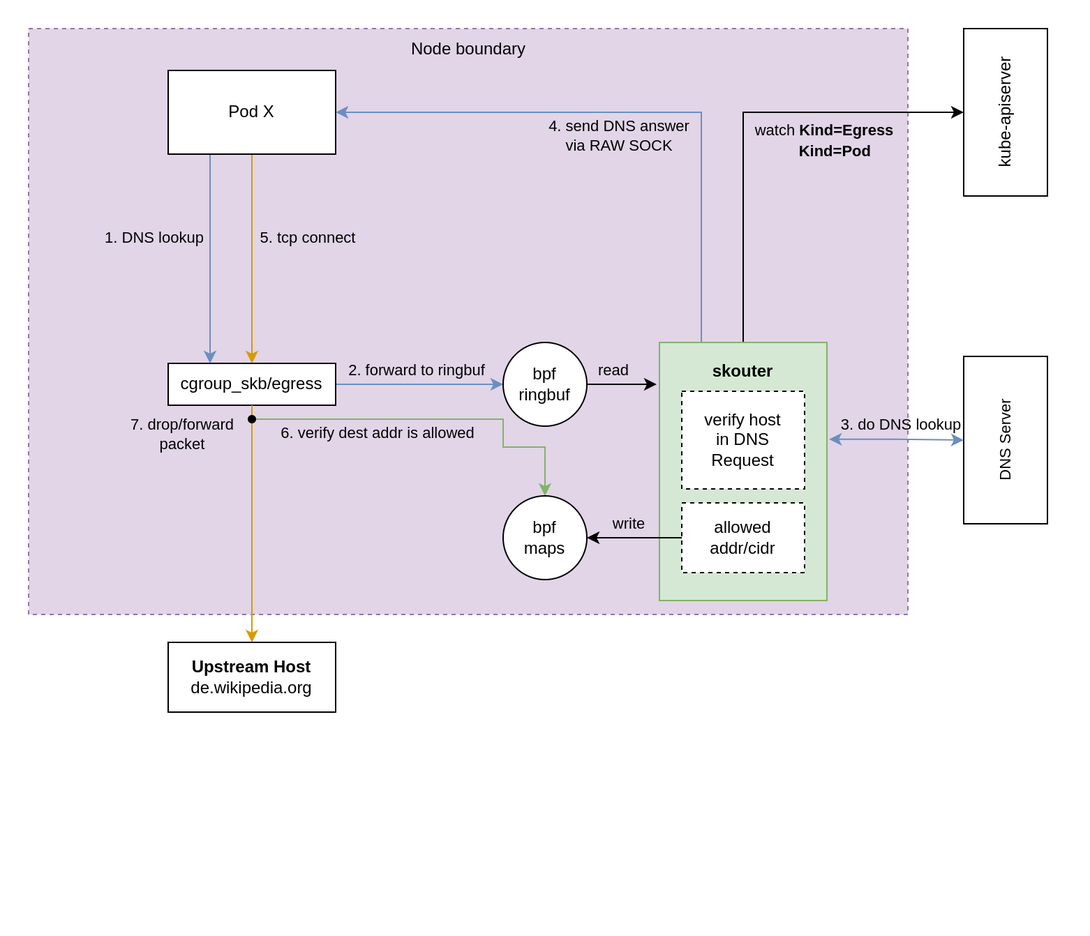
moolen/skouter keeps this draw.io diagram as overview.png. Above is the earlier version. Source tidied: cells renumbered, new cells last; positions are measured from the earlier drawing's top-left corner, leaving out a move shared by most shapes.
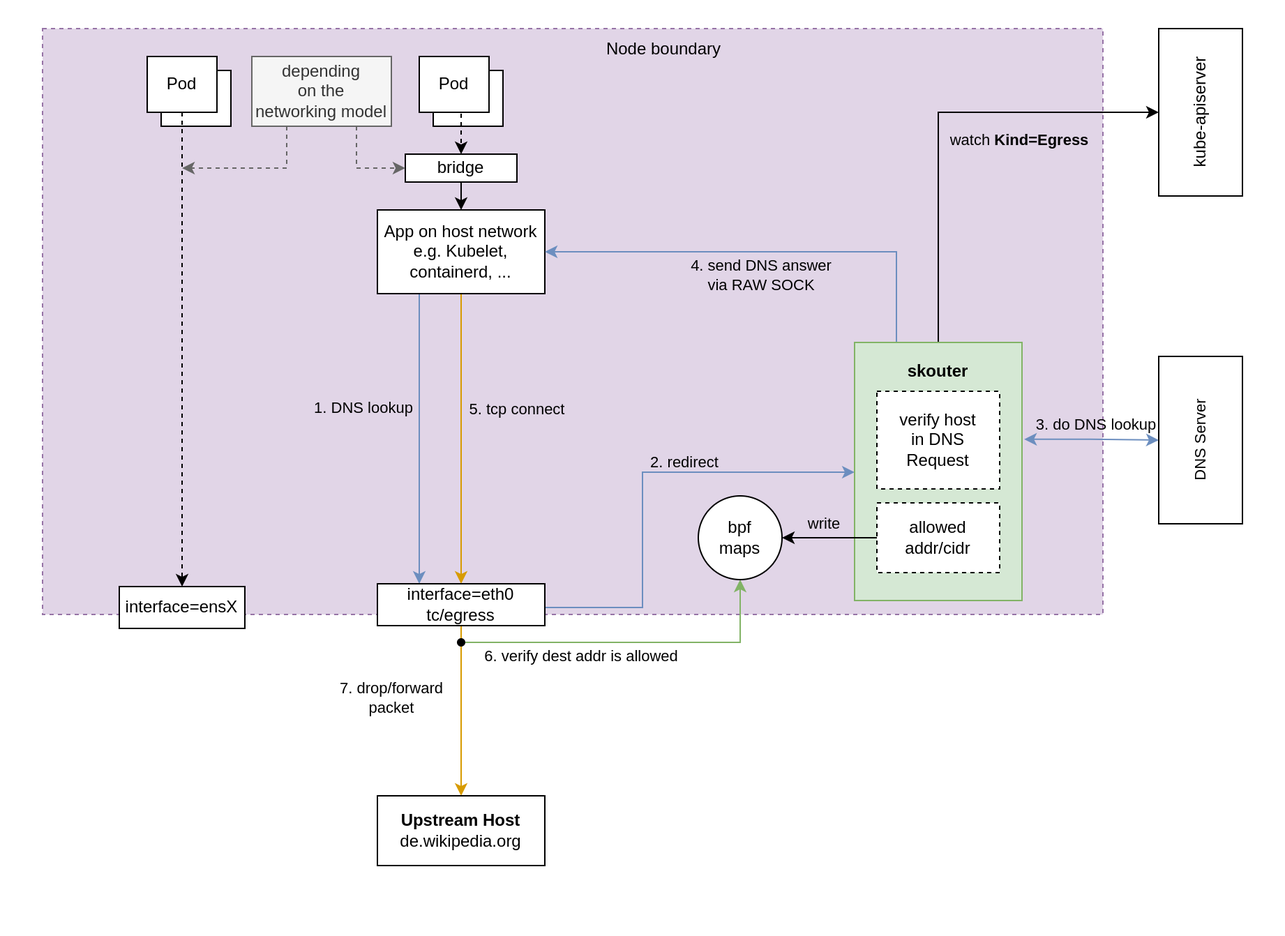
The same diagram one commit later.

What changed in the source:
```diff
@@ -3,28 +3,33 @@
     <mxCell id="0" />
     <mxCell id="1" parent="0" />
     <mxCell id="2" style="rounded=0;whiteSpace=wrap;html=1;dashed=1;fontSize=11;strokeColor=none;fillColor=#FFFFFF;" parent="1" vertex="1">
-      <mxGeometry width="780" height="670" as="geometry" />
+      <mxGeometry x="-140" width="920" height="670" as="geometry" />
     </mxCell>
     <mxCell id="3" style="rounded=0;whiteSpace=wrap;html=1;fillColor=#e1d5e7;dashed=1;strokeColor=#9673a6;" parent="1" vertex="1">
-      <mxGeometry x="20" y="20" width="630" height="420" as="geometry" />
+      <mxGeometry x="-110" y="20" width="760" height="420" as="geometry" />
     </mxCell>
-    <mxCell id="4" style="edgeStyle=orthogonalEdgeStyle;rounded=0;jettySize=auto;html=1;exitX=1;exitY=0.5;exitDx=0;exitDy=0;entryX=0;entryY=0.5;entryDx=0;entryDy=0;fillColor=#dae8fc;strokeColor=#6c8ebf;" parent="1" edge="1" source="9" target="22">
-      <mxGeometry relative="1" as="geometry" />
+    <mxCell id="4" style="edgeStyle=orthogonalEdgeStyle;rounded=0;jettySize=auto;html=1;exitX=1;exitY=0.5;exitDx=0;exitDy=0;entryX=0;entryY=0.5;entryDx=0;entryDy=0;fillColor=#dae8fc;strokeColor=#6c8ebf;" parent="1" edge="1" source="32" target="19">
+      <mxGeometry relative="1" as="geometry">
+        <Array as="points">
+          <mxPoint x="250" y="435" />
+          <mxPoint x="320" y="435" />
+          <mxPoint x="320" y="338" />
+          <mxPoint x="472" y="338" />
+        </Array>
+      </mxGeometry>
     </mxCell>
-    <mxCell id="5" value="2. forward to ringbuf" style="edgeLabel;html=1;align=center;verticalAlign=middle;labelBackgroundColor=none;" parent="4" vertex="1">
+    <mxCell id="5" value="2. redirect" style="edgeLabel;html=1;align=center;verticalAlign=middle;labelBackgroundColor=none;" parent="4" vertex="1">
       <mxGeometry x="-0.27" relative="1" as="geometry">
-        <mxPoint x="14" y="-10" as="offset" />
+        <mxPoint x="30" y="-60" as="offset" />
       </mxGeometry>
     </mxCell>
-    <mxCell id="6" style="edgeStyle=orthogonalEdgeStyle;rounded=0;jettySize=auto;html=1;exitDx=0;exitDy=0;entryX=0.5;entryY=0;entryDx=0;entryDy=0;startArrow=none;startFill=0;fillColor=#ffe6cc;strokeColor=#d79b00;" parent="1" edge="1" source="34" target="30">
+    <mxCell id="6" style="edgeStyle=orthogonalEdgeStyle;rounded=0;jettySize=auto;html=1;exitDx=0;exitDy=0;entryX=0.5;entryY=0;entryDx=0;entryDy=0;startArrow=none;startFill=0;fillColor=#ffe6cc;strokeColor=#d79b00;" parent="1" edge="1" source="32" target="27">
       <mxGeometry relative="1" as="geometry" />
     </mxCell>
-    <mxCell id="7" style="edgeStyle=orthogonalEdgeStyle;rounded=0;jettySize=auto;html=1;startArrow=none;startFill=0;fillColor=#d5e8d4;strokeColor=#82b366;elbow=vertical;entryX=0.5;entryY=0;entryDx=0;entryDy=0;" parent="1" edge="1" source="34" target="24">
+    <mxCell id="7" style="edgeStyle=orthogonalEdgeStyle;rounded=0;jettySize=auto;html=1;startArrow=none;startFill=0;fillColor=#d5e8d4;strokeColor=#82b366;elbow=vertical;entryX=0.5;entryY=1;entryDx=0;entryDy=0;" parent="1" edge="1" source="31" target="21">
       <mxGeometry relative="1" as="geometry">
         <Array as="points">
-          <mxPoint x="360" y="300" />
-          <mxPoint x="360" y="320" />
-          <mxPoint x="390" y="320" />
+          <mxPoint x="390" y="460" />
         </Array>
       </mxGeometry>
     </mxCell>
@@ -33,102 +38,146 @@
         <mxPoint x="26" y="11" as="offset" />
       </mxGeometry>
     </mxCell>
-    <mxCell id="9" value="cgroup_skb/egress" style="whiteSpace=wrap;html=1;" parent="1" vertex="1">
-      <mxGeometry x="120" y="260" width="120" height="30" as="geometry" />
+    <mxCell id="9" style="edgeStyle=orthogonalEdgeStyle;rounded=0;jettySize=auto;html=1;exitX=0.25;exitY=1;exitDx=0;exitDy=0;entryX=0.25;entryY=0;entryDx=0;entryDy=0;fillColor=#dae8fc;strokeColor=#6c8ebf;" parent="1" edge="1" source="13" target="32">
+      <mxGeometry relative="1" as="geometry" />
     </mxCell>
-    <mxCell id="10" style="edgeStyle=orthogonalEdgeStyle;rounded=0;jettySize=auto;html=1;exitX=0.25;exitY=1;exitDx=0;exitDy=0;entryX=0.25;entryY=0;entryDx=0;entryDy=0;fillColor=#dae8fc;strokeColor=#6c8ebf;" parent="1" edge="1" source="14" target="9">
-      <mxGeometry relative="1" as="geometry" />
+    <mxCell id="10" value="1. DNS lookup" style="edgeLabel;html=1;align=center;verticalAlign=middle;labelBackgroundColor=none;" parent="9" vertex="1">
+      <mxGeometry x="-0.25" y="5" relative="1" as="geometry">
+        <mxPoint x="-45" y="4" as="offset" />
+      </mxGeometry>
     </mxCell>
-    <mxCell id="11" value="1. DNS lookup" style="edgeLabel;html=1;align=center;verticalAlign=middle;labelBackgroundColor=none;" parent="10" vertex="1">
-      <mxGeometry x="-0.25" y="5" relative="1" as="geometry">
-        <mxPoint x="-45" y="4" as="offset" />
-      </mxGeometry>
+    <mxCell id="11" style="edgeStyle=orthogonalEdgeStyle;rounded=0;jettySize=auto;html=1;exitX=0.5;exitY=1;exitDx=0;exitDy=0;entryX=0.5;entryY=0;entryDx=0;entryDy=0;startArrow=none;startFill=0;fillColor=#ffe6cc;strokeColor=#d79b00;" parent="1" edge="1" source="13" target="32">
+      <mxGeometry relative="1" as="geometry" />
     </mxCell>
-    <mxCell id="12" style="edgeStyle=orthogonalEdgeStyle;rounded=0;jettySize=auto;html=1;exitX=0.5;exitY=1;exitDx=0;exitDy=0;entryX=0.5;entryY=0;entryDx=0;entryDy=0;startArrow=none;startFill=0;fillColor=#ffe6cc;strokeColor=#d79b00;" parent="1" edge="1" source="14" target="9">
-      <mxGeometry relative="1" as="geometry" />
+    <mxCell id="12" value="5. tcp connect" style="edgeLabel;html=1;align=center;verticalAlign=middle;labelBackgroundColor=none;" parent="11" vertex="1">
+      <mxGeometry x="-0.19" y="-2" relative="1" as="geometry">
+        <mxPoint x="42" y="-1" as="offset" />
+      </mxGeometry>
     </mxCell>
-    <mxCell id="13" value="5. tcp connect" style="edgeLabel;html=1;align=center;verticalAlign=middle;points=[];labelBackgroundColor=none;" parent="12" vertex="1">
-      <mxGeometry x="-0.19" y="-2" relative="1" as="geometry">
-        <mxPoint x="42" y="-1" as="offset" />
-      </mxGeometry>
+    <mxCell id="13" value="App on host network&lt;br&gt;e.g. Kubelet, containerd, ..." style="rounded=0;whiteSpace=wrap;html=1;" parent="1" vertex="1">
+      <mxGeometry x="130" y="150" width="120" height="60" as="geometry" />
     </mxCell>
-    <mxCell id="14" value="Pod X" style="rounded=0;whiteSpace=wrap;html=1;" parent="1" vertex="1">
-      <mxGeometry x="120" y="50" width="120" height="60" as="geometry" />
+    <mxCell id="14" style="edgeStyle=orthogonalEdgeStyle;rounded=0;jettySize=auto;html=1;exitX=0.5;exitY=0;exitDx=0;exitDy=0;entryX=0.5;entryY=0;entryDx=0;entryDy=0;" parent="1" edge="1" source="19" target="24">
+      <mxGeometry relative="1" as="geometry" />
     </mxCell>
-    <mxCell id="15" value="read" style="edgeStyle=orthogonalEdgeStyle;rounded=0;jettySize=auto;html=1;exitX=1;exitY=0.5;exitDx=0;exitDy=0;labelBackgroundColor=none;" parent="1" edge="1" source="22">
-      <mxGeometry x="-0.23" y="10" relative="1" as="geometry">
-        <mxPoint x="470" y="275" as="targetPoint" />
+    <mxCell id="15" style="edgeStyle=orthogonalEdgeStyle;rounded=0;jettySize=auto;html=1;exitX=1.013;exitY=0.159;exitDx=0;exitDy=0;entryX=0.5;entryY=0;entryDx=0;entryDy=0;fillColor=#dae8fc;strokeColor=#6c8ebf;startArrow=classic;startFill=1;exitPerimeter=0;" parent="1" edge="1" target="22">
+      <mxGeometry relative="1" as="geometry">
+        <mxPoint x="593.6" y="314.4" as="sourcePoint" />
+        <Array as="points">
+          <mxPoint x="641" y="314" />
+        </Array>
       </mxGeometry>
     </mxCell>
-    <mxCell id="16" style="edgeStyle=orthogonalEdgeStyle;rounded=0;jettySize=auto;html=1;exitX=0.5;exitY=0;exitDx=0;exitDy=0;entryX=0.5;entryY=0;entryDx=0;entryDy=0;" parent="1" edge="1" source="21" target="27">
-      <mxGeometry relative="1" as="geometry" />
+    <mxCell id="16" value="3. do DNS lookup" style="edgeLabel;html=1;align=center;verticalAlign=middle;labelBackgroundColor=none;" parent="15" vertex="1">
+      <mxGeometry x="-0.17" y="-1" relative="1" as="geometry">
+        <mxPoint x="11" y="-12" as="offset" />
+      </mxGeometry>
     </mxCell>
-    <mxCell id="17" style="edgeStyle=orthogonalEdgeStyle;rounded=0;jettySize=auto;html=1;exitX=1.013;exitY=0.159;exitDx=0;exitDy=0;entryX=0.5;entryY=0;entryDx=0;entryDy=0;fillColor=#dae8fc;strokeColor=#6c8ebf;startArrow=classic;startFill=1;exitPerimeter=0;" parent="1" edge="1" target="25">
-      <mxGeometry relative="1" as="geometry">
-        <mxPoint x="593.6" y="314.4" as="sourcePoint" />
-        <Array as="points">
-          <mxPoint x="641" y="314" />
-        </Array>
-      </mxGeometry>
+    <mxCell id="17" style="edgeStyle=orthogonalEdgeStyle;rounded=0;jettySize=auto;html=1;exitX=0.25;exitY=0;exitDx=0;exitDy=0;entryX=1;entryY=0.5;entryDx=0;entryDy=0;startArrow=none;startFill=0;fillColor=#dae8fc;strokeColor=#6c8ebf;" parent="1" edge="1" source="19" target="13">
+      <mxGeometry relative="1" as="geometry" />
     </mxCell>
-    <mxCell id="18" value="3. do DNS lookup" style="edgeLabel;html=1;align=center;verticalAlign=middle;labelBackgroundColor=none;" parent="17" vertex="1">
-      <mxGeometry x="-0.17" y="-1" relative="1" as="geometry">
-        <mxPoint x="11" y="-12" as="offset" />
+    <mxCell id="18" value="4. send DNS answer&lt;br&gt;via RAW SOCK" style="edgeLabel;html=1;align=center;verticalAlign=middle;labelBackgroundColor=none;" parent="17" vertex="1">
+      <mxGeometry x="0.13" y="1" relative="1" as="geometry">
+        <mxPoint x="17" y="16" as="offset" />
       </mxGeometry>
     </mxCell>
-    <mxCell id="19" style="edgeStyle=orthogonalEdgeStyle;rounded=0;jettySize=auto;html=1;exitX=0.25;exitY=0;exitDx=0;exitDy=0;entryX=1;entryY=0.5;entryDx=0;entryDy=0;startArrow=none;startFill=0;fillColor=#dae8fc;strokeColor=#6c8ebf;" parent="1" edge="1" source="21" target="14">
-      <mxGeometry relative="1" as="geometry" />
+    <mxCell id="19" value="&lt;b&gt;skouter&lt;/b&gt;&lt;br&gt;&lt;br&gt;&lt;br&gt;&lt;br&gt;&lt;br&gt;&lt;br&gt;&lt;br&gt;&lt;br&gt;&lt;br&gt;&lt;br&gt;&lt;br&gt;" style="whiteSpace=wrap;html=1;fillColor=#d5e8d4;strokeColor=#82b366;" parent="1" vertex="1">
+      <mxGeometry x="472" y="245" width="120" height="185" as="geometry" />
     </mxCell>
-    <mxCell id="20" value="4. send DNS answer&lt;br&gt;via RAW SOCK" style="edgeLabel;html=1;align=center;verticalAlign=middle;labelBackgroundColor=none;" parent="19" vertex="1">
-      <mxGeometry x="0.13" y="1" relative="1" as="geometry">
-        <mxPoint x="17" y="16" as="offset" />
-      </mxGeometry>
+    <mxCell id="20" value="verify host &lt;br&gt;in DNS&lt;br&gt;Request" style="whiteSpace=wrap;html=1;dashed=1;" parent="1" vertex="1">
+      <mxGeometry x="488" y="280" width="88" height="70" as="geometry" />
     </mxCell>
-    <mxCell id="21" value="&lt;b&gt;skouter&lt;/b&gt;&lt;br&gt;&lt;br&gt;&lt;br&gt;&lt;br&gt;&lt;br&gt;&lt;br&gt;&lt;br&gt;&lt;br&gt;&lt;br&gt;&lt;br&gt;&lt;br&gt;" style="whiteSpace=wrap;html=1;fillColor=#d5e8d4;strokeColor=#82b366;" parent="1" vertex="1">
-      <mxGeometry x="472" y="245" width="120" height="185" as="geometry" />
+    <mxCell id="21" value="bpf&lt;br&gt;maps" style="ellipse;whiteSpace=wrap;html=1;" parent="1" vertex="1">
+      <mxGeometry x="360" y="355" width="60" height="60" as="geometry" />
     </mxCell>
-    <mxCell id="22" value="bpf&lt;br&gt;ringbuf" style="ellipse;whiteSpace=wrap;html=1;" parent="1" vertex="1">
-      <mxGeometry x="360" y="245" width="60" height="60" as="geometry" />
+    <mxCell id="22" value="DNS Server" style="whiteSpace=wrap;html=1;fontSize=11;rotation=-90;" parent="1" vertex="1">
+      <mxGeometry x="660" y="285" width="120" height="60" as="geometry" />
     </mxCell>
-    <mxCell id="23" value="verify host &lt;br&gt;in DNS&lt;br&gt;Request" style="whiteSpace=wrap;html=1;dashed=1;" parent="1" vertex="1">
-      <mxGeometry x="488" y="280" width="88" height="70" as="geometry" />
+    <mxCell id="23" value="write" style="edgeStyle=orthogonalEdgeStyle;rounded=0;jettySize=auto;html=1;exitX=0;exitY=0.5;exitDx=0;exitDy=0;entryX=1;entryY=0.5;entryDx=0;entryDy=0;labelBackgroundColor=none;fontSize=11;" parent="1" edge="1" target="21">
+      <mxGeometry x="0.12" y="-10" relative="1" as="geometry">
+        <mxPoint x="488" y="385" as="sourcePoint" />
+      </mxGeometry>
     </mxCell>
-    <mxCell id="24" value="bpf&lt;br&gt;maps" style="ellipse;whiteSpace=wrap;html=1;" parent="1" vertex="1">
-      <mxGeometry x="360" y="355" width="60" height="60" as="geometry" />
+    <mxCell id="24" value="kube-apiserver" style="rounded=0;whiteSpace=wrap;html=1;rotation=-90;" parent="1" vertex="1">
+      <mxGeometry x="660" y="50" width="120" height="60" as="geometry" />
     </mxCell>
-    <mxCell id="25" value="DNS Server" style="whiteSpace=wrap;html=1;fontSize=11;rotation=-90;" parent="1" vertex="1">
-      <mxGeometry x="660" y="285" width="120" height="60" as="geometry" />
+    <mxCell id="25" value="&lt;font style=&quot;font-size: 11px;&quot;&gt;watch &lt;b&gt;Kind=Egress&lt;br&gt;&lt;/b&gt;&lt;/font&gt;" style="text;html=1;align=center;verticalAlign=middle;points=[];strokeColor=none;fillColor=none;" parent="1" vertex="1">
+      <mxGeometry x="530" y="85" width="120" height="30" as="geometry" />
     </mxCell>
-    <mxCell id="26" value="write" style="edgeStyle=orthogonalEdgeStyle;rounded=0;jettySize=auto;html=1;exitX=0;exitY=0.5;exitDx=0;exitDy=0;entryX=1;entryY=0.5;entryDx=0;entryDy=0;labelBackgroundColor=none;fontSize=11;" parent="1" edge="1" target="24">
-      <mxGeometry x="0.12" y="-10" relative="1" as="geometry">
-        <mxPoint x="488" y="385" as="sourcePoint" />
-      </mxGeometry>
+    <mxCell id="26" value="Node boundary" style="text;html=1;align=center;verticalAlign=middle;strokeColor=none;fillColor=none;" parent="1" vertex="1">
+      <mxGeometry x="280" y="20" width="110" height="30" as="geometry" />
     </mxCell>
-    <mxCell id="27" value="kube-apiserver" style="rounded=0;whiteSpace=wrap;html=1;rotation=-90;" parent="1" vertex="1">
-      <mxGeometry x="660" y="50" width="120" height="60" as="geometry" />
+    <mxCell id="27" value="&lt;b&gt;Upstream Host&lt;/b&gt;&lt;br&gt;de.wikipedia.org" style="whiteSpace=wrap;html=1;labelBackgroundColor=none;" parent="1" vertex="1">
+      <mxGeometry x="130" y="570" width="120" height="50" as="geometry" />
     </mxCell>
-    <mxCell id="28" value="&lt;font style=&quot;font-size: 11px;&quot;&gt;watch &lt;b&gt;Kind=Egress&lt;br&gt;&amp;nbsp; &amp;nbsp; &amp;nbsp;Kind=Pod&lt;br&gt;&lt;/b&gt;&lt;/font&gt;" style="text;html=1;align=center;verticalAlign=middle;strokeColor=none;fillColor=none;" parent="1" vertex="1">
-      <mxGeometry x="530" y="80" width="120" height="40" as="geometry" />
+    <mxCell id="28" value="allowed addr/cidr" style="whiteSpace=wrap;html=1;dashed=1;" parent="1" vertex="1">
+      <mxGeometry x="488" y="360" width="88" height="50" as="geometry" />
     </mxCell>
-    <mxCell id="29" value="Node boundary" style="text;html=1;align=center;verticalAlign=middle;strokeColor=none;fillColor=none;" parent="1" vertex="1">
-      <mxGeometry x="280" y="20" width="110" height="30" as="geometry" />
+    <mxCell id="29" style="edgeStyle=orthogonalEdgeStyle;rounded=0;jettySize=auto;html=1;exitX=0.5;exitY=1;exitDx=0;exitDy=0;entryDx=0;entryDy=0;startArrow=none;startFill=0;fillColor=#ffe6cc;strokeColor=#d79b00;endArrow=none;" parent="1" edge="1" source="32" target="31">
+      <mxGeometry relative="1" as="geometry" />
     </mxCell>
-    <mxCell id="30" value="&lt;b&gt;Upstream Host&lt;/b&gt;&lt;br&gt;de.wikipedia.org" style="whiteSpace=wrap;html=1;labelBackgroundColor=none;" parent="1" vertex="1">
-      <mxGeometry x="120" y="460" width="120" height="50" as="geometry" />
+    <mxCell id="30" value="7. drop/forward &lt;br&gt;packet" style="edgeLabel;html=1;align=center;verticalAlign=middle;points=[];labelBackgroundColor=none;" parent="29" vertex="1">
+      <mxGeometry x="-0.38" y="2" relative="1" as="geometry">
+        <mxPoint x="-52" y="48" as="offset" />
+      </mxGeometry>
     </mxCell>
-    <mxCell id="31" value="allowed addr/cidr" style="whiteSpace=wrap;html=1;dashed=1;" parent="1" vertex="1">
-      <mxGeometry x="488" y="360" width="88" height="50" as="geometry" />
+    <mxCell id="31" style="shape=waypoint;sketch=0;fillStyle=solid;size=6;points=[];fillColor=none;perimeter=centerPerimeter;snapToPoint=1;labelBackgroundColor=none;" parent="1" vertex="1">
+      <mxGeometry x="180" y="450" width="20" height="20" as="geometry" />
     </mxCell>
-    <mxCell id="32" style="edgeStyle=orthogonalEdgeStyle;rounded=0;jettySize=auto;html=1;exitX=0.5;exitY=1;exitDx=0;exitDy=0;entryDx=0;entryDy=0;startArrow=none;startFill=0;fillColor=#ffe6cc;strokeColor=#d79b00;endArrow=none;" parent="1" edge="1" source="9" target="34">
-      <mxGeometry relative="1" as="geometry" />
+    <mxCell id="32" value="interface=eth0&lt;br&gt;tc/egress" style="whiteSpace=wrap;html=1;" parent="1" vertex="1">
+      <mxGeometry x="130" y="418" width="120" height="30" as="geometry" />
     </mxCell>
-    <mxCell id="33" value="7. drop/forward &lt;br&gt;packet" style="edgeLabel;html=1;align=center;verticalAlign=middle;labelBackgroundColor=none;" parent="32" vertex="1">
-      <mxGeometry x="-0.38" y="2" relative="1" as="geometry">
-        <mxPoint x="-52" y="17" as="offset" />
-      </mxGeometry>
+    <mxCell id="33" style="edgeStyle=orthogonalEdgeStyle;rounded=0;jettySize=auto;html=1;exitX=0.5;exitY=1;exitDx=0;exitDy=0;entryX=0.5;entryY=0;entryDx=0;entryDy=0;" parent="1" edge="1" source="34" target="13">
+      <mxGeometry relative="1" as="geometry" />
     </mxCell>
-    <mxCell id="34" style="shape=waypoint;sketch=0;fillStyle=solid;size=6;points=[];fillColor=none;perimeter=centerPerimeter;snapToPoint=1;labelBackgroundColor=none;" parent="1" vertex="1">
-      <mxGeometry x="170" y="290" width="20" height="20" as="geometry" />
+    <mxCell id="34" value="bridge" style="whiteSpace=wrap;html=1;" parent="1" vertex="1">
+      <mxGeometry x="150" y="110" width="80" height="20" as="geometry" />
     </mxCell>
+    <mxCell id="35" style="group;" parent="1" vertex="1">
+      <mxGeometry x="160" y="40" width="60" height="50" as="geometry" />
+    </mxCell>
+    <mxCell id="36" value="Pod" style="whiteSpace=wrap;html=1;" parent="35" vertex="1">
+      <mxGeometry x="10" y="10" width="50" height="40" as="geometry" />
+    </mxCell>
+    <mxCell id="37" value="Pod" style="whiteSpace=wrap;html=1;" parent="35" vertex="1">
+      <mxGeometry width="50" height="40" as="geometry" />
+    </mxCell>
+    <mxCell id="38" style="edgeStyle=orthogonalEdgeStyle;rounded=0;jettySize=auto;html=1;exitX=0.5;exitY=1;exitDx=0;exitDy=0;entryX=0.5;entryY=0;entryDx=0;entryDy=0;dashed=1;" parent="1" edge="1" source="37" target="34">
+      <mxGeometry relative="1" as="geometry" />
+    </mxCell>
+    <mxCell id="39" style="group;" parent="1" vertex="1">
+      <mxGeometry x="-35" y="40" width="60" height="50" as="geometry" />
+    </mxCell>
+    <mxCell id="40" value="Pod" style="whiteSpace=wrap;html=1;" parent="39" vertex="1">
+      <mxGeometry x="10" y="10" width="50" height="40" as="geometry" />
+    </mxCell>
+    <mxCell id="41" value="Pod" style="whiteSpace=wrap;html=1;" parent="39" vertex="1">
+      <mxGeometry width="50" height="40" as="geometry" />
+    </mxCell>
+    <mxCell id="42" value="interface=ensX" style="whiteSpace=wrap;html=1;" parent="1" vertex="1">
+      <mxGeometry x="-55" y="420" width="90" height="30" as="geometry" />
+    </mxCell>
+    <mxCell id="43" style="edgeStyle=orthogonalEdgeStyle;rounded=0;jettySize=auto;html=1;exitX=0.5;exitY=1;exitDx=0;exitDy=0;entryX=0.5;entryY=0;entryDx=0;entryDy=0;dashed=1;" parent="1" edge="1" source="41" target="42">
+      <mxGeometry relative="1" as="geometry" />
+    </mxCell>
+    <mxCell id="44" style="edgeStyle=orthogonalEdgeStyle;rounded=0;jettySize=auto;html=1;exitX=0.25;exitY=1;exitDx=0;exitDy=0;dashed=1;strokeColor=#666666;" parent="1" edge="1" source="46">
+      <mxGeometry relative="1" as="geometry">
+        <mxPoint x="-10" y="120" as="targetPoint" />
+        <Array as="points">
+          <mxPoint x="65" y="120" />
+          <mxPoint x="-10" y="120" />
+        </Array>
+      </mxGeometry>
+    </mxCell>
+    <mxCell id="45" style="edgeStyle=orthogonalEdgeStyle;rounded=0;jettySize=auto;html=1;exitX=0.75;exitY=1;exitDx=0;exitDy=0;dashed=1;entryX=0;entryY=0.5;entryDx=0;entryDy=0;strokeColor=#666666;" parent="1" edge="1" source="46" target="34">
+      <mxGeometry relative="1" as="geometry">
+        <Array as="points">
+          <mxPoint x="115" y="120" />
+        </Array>
+      </mxGeometry>
+    </mxCell>
+    <mxCell id="46" value="depending &lt;br&gt;on the &lt;br&gt;networking model" style="whiteSpace=wrap;html=1;fillColor=#f5f5f5;fontColor=#333333;strokeColor=#666666;" parent="1" vertex="1">
+      <mxGeometry x="40" y="40" width="100" height="50" as="geometry" />
+    </mxCell>
   </root>
 </mxGraphModel>
```
